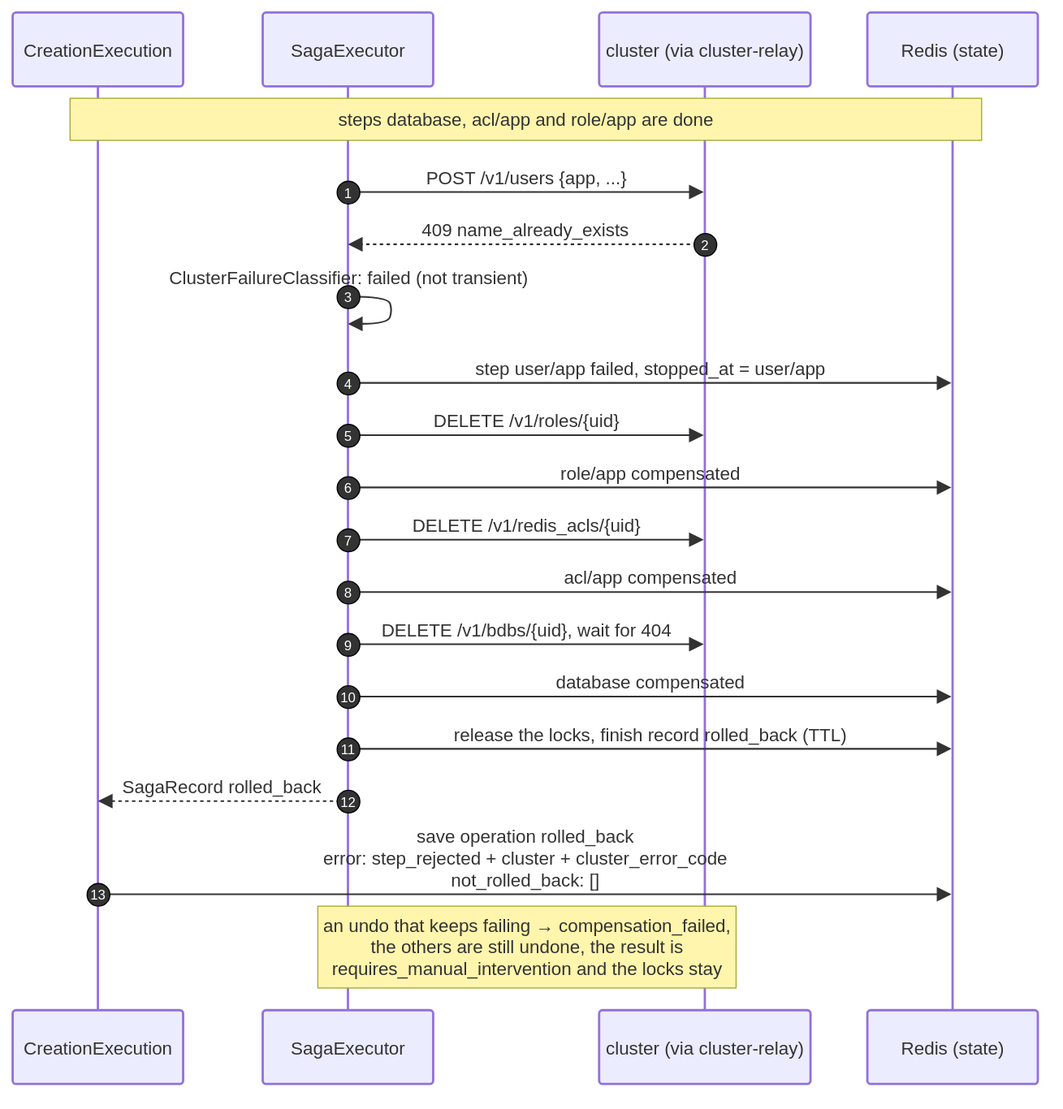
The draw.io diagram docs/diagrams/11-seq-rollback-single-site.drawio.svg in EliShteinman/redis-enterprise-services, before a commit. Source tidied: cells renumbered, new cells last; positions are measured from the earlier drawing's top-left corner, leaving out a move shared by most shapes. Source of this version:
```xml
<mxGraphModel>
  <root>
    <mxCell id="0" />
    <mxCell id="1" parent="0" />
    <mxCell id="2" value="CreationExecution" style="html=1;shape=umlLifeline;perimeter=lifelinePerimeter;whiteSpace=wrap;outlineConnect=0;portConstraint=eastwest;newEdgeStyle={&quot;edgeStyle&quot;:&quot;sequenceEdgeStyle&quot;,&quot;libavoidRouting&quot;:0,&quot;curved&quot;:0,&quot;rounded&quot;:0};lifelineDashed=0;strokeWidth=2;rounded=1;absoluteArcSize=1;arcSize=6;lifelineColor=light-dark(#9370DB,#cccccc);size=65;lifelineMirror=1;fillColor=light-dark(#ECECFF,#1f2020);strokeColor=light-dark(#9370DB,#cccccc);fontColor=light-dark(#333333,#cccccc);fontFamily=Trebuchet MS,Verdana,Arial,sans-serif;fontSize=16;" parent="1" vertex="1">
      <mxGeometry width="150" height="943" as="geometry" />
    </mxCell>
    <mxCell id="3" value="SagaExecutor" style="html=1;shape=umlLifeline;perimeter=lifelinePerimeter;whiteSpace=wrap;outlineConnect=0;portConstraint=eastwest;newEdgeStyle={&quot;edgeStyle&quot;:&quot;sequenceEdgeStyle&quot;,&quot;libavoidRouting&quot;:0,&quot;curved&quot;:0,&quot;rounded&quot;:0};lifelineDashed=0;strokeWidth=2;rounded=1;absoluteArcSize=1;arcSize=6;lifelineColor=light-dark(#9370DB,#cccccc);size=65;lifelineMirror=1;fillColor=light-dark(#ECECFF,#1f2020);strokeColor=light-dark(#9370DB,#cccccc);fontColor=light-dark(#333333,#cccccc);fontFamily=Trebuchet MS,Verdana,Arial,sans-serif;fontSize=16;" parent="1" vertex="1">
      <mxGeometry x="220" width="150" height="943" as="geometry" />
    </mxCell>
    <mxCell id="4" value="cluster (via cluster-relay)" style="html=1;shape=umlLifeline;perimeter=lifelinePerimeter;whiteSpace=wrap;outlineConnect=0;portConstraint=eastwest;newEdgeStyle={&quot;edgeStyle&quot;:&quot;sequenceEdgeStyle&quot;,&quot;libavoidRouting&quot;:0,&quot;curved&quot;:0,&quot;rounded&quot;:0};lifelineDashed=0;strokeWidth=2;rounded=1;absoluteArcSize=1;arcSize=6;lifelineColor=light-dark(#9370DB,#cccccc);size=65;lifelineMirror=1;fillColor=light-dark(#ECECFF,#1f2020);strokeColor=light-dark(#9370DB,#cccccc);fontColor=light-dark(#333333,#cccccc);fontFamily=Trebuchet MS,Verdana,Arial,sans-serif;fontSize=16;" parent="1" vertex="1">
      <mxGeometry x="516" width="186" height="943" as="geometry" />
    </mxCell>
    <mxCell id="5" value="Redis (state)" style="html=1;shape=umlLifeline;perimeter=lifelinePerimeter;whiteSpace=wrap;outlineConnect=0;portConstraint=eastwest;newEdgeStyle={&quot;edgeStyle&quot;:&quot;sequenceEdgeStyle&quot;,&quot;libavoidRouting&quot;:0,&quot;curved&quot;:0,&quot;rounded&quot;:0};lifelineDashed=0;strokeWidth=2;rounded=1;absoluteArcSize=1;arcSize=6;lifelineColor=light-dark(#9370DB,#cccccc);size=65;lifelineMirror=1;fillColor=light-dark(#ECECFF,#1f2020);strokeColor=light-dark(#9370DB,#cccccc);fontColor=light-dark(#333333,#cccccc);fontFamily=Trebuchet MS,Verdana,Arial,sans-serif;fontSize=16;" parent="1" vertex="1">
      <mxGeometry x="752" width="150" height="943" as="geometry" />
    </mxCell>
    <mxCell id="6" value="POST /v1/users {app, ...}" style="endArrow=block;endSize=9;verticalAlign=bottom;spacingBottom=2;edgeStyle=sequenceEdgeStyle;libavoidRouting=0;curved=0;rounded=0;fontSize=16;labelBackgroundColor=none;strokeWidth=1.5;strokeColor=light-dark(#333333,#cccccc);fontColor=light-dark(#333333,#cccccc);fontFamily=Trebuchet MS,Verdana,Arial,sans-serif;" parent="1" edge="1" source="3" target="4">
      <mxGeometry relative="1" as="geometry">
        <Array as="points">
          <mxPoint x="452" y="158" />
        </Array>
      </mxGeometry>
    </mxCell>
    <mxCell id="7" value="1" style="ellipse;fillColor=light-dark(#333333,#cccccc);align=center;verticalAlign=middle;fontColor=light-dark(#FFFFFF,#333333);fontSize=12;" parent="1" vertex="1">
      <mxGeometry x="285" y="148" width="20" height="20" as="geometry" />
    </mxCell>
    <mxCell id="8" value="409 name_already_exists" style="dashed=1;fixDash=1;dashPattern=3 3;endArrow=block;endSize=9;verticalAlign=bottom;spacingBottom=2;edgeStyle=sequenceEdgeStyle;libavoidRouting=0;curved=0;rounded=0;fontSize=16;labelBackgroundColor=none;strokeWidth=1.5;strokeColor=light-dark(#333333,#cccccc);fontColor=light-dark(#333333,#cccccc);fontFamily=Trebuchet MS,Verdana,Arial,sans-serif;" parent="1" edge="1" source="4" target="3">
      <mxGeometry relative="1" as="geometry">
        <Array as="points">
          <mxPoint x="452" y="204" />
        </Array>
      </mxGeometry>
    </mxCell>
    <mxCell id="9" value="2" style="ellipse;fillColor=light-dark(#333333,#cccccc);align=center;verticalAlign=middle;fontColor=light-dark(#FFFFFF,#333333);fontSize=12;" parent="1" vertex="1">
      <mxGeometry x="599" y="194" width="20" height="20" as="geometry" />
    </mxCell>
    <mxCell id="10" style="edgeStyle=sequenceEdgeStyle;libavoidRouting=0;curved=1;endArrow=block;endSize=9;verticalAlign=bottom;align=center;fontSize=16;labelBackgroundColor=none;strokeWidth=1.5;strokeColor=light-dark(#333333,#cccccc);fontColor=light-dark(#333333,#cccccc);fontFamily=Trebuchet MS,Verdana,Arial,sans-serif;" parent="1" edge="1" source="3" target="3">
      <mxGeometry relative="1" as="geometry">
        <Array as="points">
          <mxPoint x="330" y="250" />
          <mxPoint x="334" y="262" />
          <mxPoint x="330" y="274" />
        </Array>
      </mxGeometry>
    </mxCell>
    <mxCell id="11" value="ClusterFailureClassifier: failed (not transient)" style="text;html=1;strokeColor=none;fillColor=none;align=center;verticalAlign=middle;fontFamily=Trebuchet MS,Verdana,Arial,sans-serif;fontSize=16;fontColor=light-dark(#333333,#cccccc);" parent="1" vertex="1">
      <mxGeometry x="195" y="224" width="200" height="18" as="geometry" />
    </mxCell>
    <mxCell id="12" value="3" style="ellipse;fillColor=light-dark(#333333,#cccccc);align=center;verticalAlign=middle;fontColor=light-dark(#FFFFFF,#333333);fontSize=12;" parent="1" vertex="1">
      <mxGeometry x="285" y="240" width="20" height="20" as="geometry" />
    </mxCell>
    <mxCell id="13" value="step user/app failed, stopped_at = user/app" style="endArrow=block;endSize=9;verticalAlign=bottom;spacingBottom=2;edgeStyle=sequenceEdgeStyle;libavoidRouting=0;curved=0;rounded=0;fontSize=16;labelBackgroundColor=none;strokeWidth=1.5;strokeColor=light-dark(#333333,#cccccc);fontColor=light-dark(#333333,#cccccc);fontFamily=Trebuchet MS,Verdana,Arial,sans-serif;" parent="1" edge="1" source="3" target="5">
      <mxGeometry relative="1" as="geometry">
        <Array as="points">
          <mxPoint x="561" y="326" />
        </Array>
      </mxGeometry>
    </mxCell>
    <mxCell id="14" value="4" style="ellipse;fillColor=light-dark(#333333,#cccccc);align=center;verticalAlign=middle;fontColor=light-dark(#FFFFFF,#333333);fontSize=12;" parent="1" vertex="1">
      <mxGeometry x="285" y="316" width="20" height="20" as="geometry" />
    </mxCell>
    <mxCell id="15" value="DELETE /v1/roles/{uid}" style="endArrow=block;endSize=9;verticalAlign=bottom;spacingBottom=2;edgeStyle=sequenceEdgeStyle;libavoidRouting=0;curved=0;rounded=0;fontSize=16;labelBackgroundColor=none;strokeWidth=1.5;strokeColor=light-dark(#333333,#cccccc);fontColor=light-dark(#333333,#cccccc);fontFamily=Trebuchet MS,Verdana,Arial,sans-serif;" parent="1" edge="1" source="3" target="4">
      <mxGeometry relative="1" as="geometry">
        <Array as="points">
          <mxPoint x="452" y="372" />
        </Array>
      </mxGeometry>
    </mxCell>
    <mxCell id="16" value="5" style="ellipse;fillColor=light-dark(#333333,#cccccc);align=center;verticalAlign=middle;fontColor=light-dark(#FFFFFF,#333333);fontSize=12;" parent="1" vertex="1">
      <mxGeometry x="285" y="362" width="20" height="20" as="geometry" />
    </mxCell>
    <mxCell id="17" value="role/app compensated" style="endArrow=block;endSize=9;verticalAlign=bottom;spacingBottom=2;edgeStyle=sequenceEdgeStyle;libavoidRouting=0;curved=0;rounded=0;fontSize=16;labelBackgroundColor=none;strokeWidth=1.5;strokeColor=light-dark(#333333,#cccccc);fontColor=light-dark(#333333,#cccccc);fontFamily=Trebuchet MS,Verdana,Arial,sans-serif;" parent="1" edge="1" source="3" target="5">
      <mxGeometry relative="1" as="geometry">
        <Array as="points">
          <mxPoint x="561" y="418" />
        </Array>
      </mxGeometry>
    </mxCell>
    <mxCell id="18" value="6" style="ellipse;fillColor=light-dark(#333333,#cccccc);align=center;verticalAlign=middle;fontColor=light-dark(#FFFFFF,#333333);fontSize=12;" parent="1" vertex="1">
      <mxGeometry x="285" y="408" width="20" height="20" as="geometry" />
    </mxCell>
    <mxCell id="19" value="DELETE /v1/redis_acls/{uid}" style="endArrow=block;endSize=9;verticalAlign=bottom;spacingBottom=2;edgeStyle=sequenceEdgeStyle;libavoidRouting=0;curved=0;rounded=0;fontSize=16;labelBackgroundColor=none;strokeWidth=1.5;strokeColor=light-dark(#333333,#cccccc);fontColor=light-dark(#333333,#cccccc);fontFamily=Trebuchet MS,Verdana,Arial,sans-serif;" parent="1" edge="1" source="3" target="4">
      <mxGeometry relative="1" as="geometry">
        <Array as="points">
          <mxPoint x="452" y="464" />
        </Array>
      </mxGeometry>
    </mxCell>
    <mxCell id="20" value="7" style="ellipse;fillColor=light-dark(#333333,#cccccc);align=center;verticalAlign=middle;fontColor=light-dark(#FFFFFF,#333333);fontSize=12;" parent="1" vertex="1">
      <mxGeometry x="285" y="454" width="20" height="20" as="geometry" />
    </mxCell>
    <mxCell id="21" value="acl/app compensated" style="endArrow=block;endSize=9;verticalAlign=bottom;spacingBottom=2;edgeStyle=sequenceEdgeStyle;libavoidRouting=0;curved=0;rounded=0;fontSize=16;labelBackgroundColor=none;strokeWidth=1.5;strokeColor=light-dark(#333333,#cccccc);fontColor=light-dark(#333333,#cccccc);fontFamily=Trebuchet MS,Verdana,Arial,sans-serif;" parent="1" edge="1" source="3" target="5">
      <mxGeometry relative="1" as="geometry">
        <Array as="points">
          <mxPoint x="561" y="510" />
        </Array>
      </mxGeometry>
    </mxCell>
    <mxCell id="22" value="8" style="ellipse;fillColor=light-dark(#333333,#cccccc);align=center;verticalAlign=middle;fontColor=light-dark(#FFFFFF,#333333);fontSize=12;" parent="1" vertex="1">
      <mxGeometry x="285" y="500" width="20" height="20" as="geometry" />
    </mxCell>
    <mxCell id="23" value="DELETE /v1/bdbs/{uid}, wait for 404" style="endArrow=block;endSize=9;verticalAlign=bottom;spacingBottom=2;edgeStyle=sequenceEdgeStyle;libavoidRouting=0;curved=0;rounded=0;fontSize=16;labelBackgroundColor=none;strokeWidth=1.5;strokeColor=light-dark(#333333,#cccccc);fontColor=light-dark(#333333,#cccccc);fontFamily=Trebuchet MS,Verdana,Arial,sans-serif;" parent="1" edge="1" source="3" target="4">
      <mxGeometry relative="1" as="geometry">
        <Array as="points">
          <mxPoint x="452" y="556" />
        </Array>
      </mxGeometry>
    </mxCell>
    <mxCell id="24" value="9" style="ellipse;fillColor=light-dark(#333333,#cccccc);align=center;verticalAlign=middle;fontColor=light-dark(#FFFFFF,#333333);fontSize=12;" parent="1" vertex="1">
      <mxGeometry x="285" y="546" width="20" height="20" as="geometry" />
    </mxCell>
    <mxCell id="25" value="database compensated" style="endArrow=block;endSize=9;verticalAlign=bottom;spacingBottom=2;edgeStyle=sequenceEdgeStyle;libavoidRouting=0;curved=0;rounded=0;fontSize=16;labelBackgroundColor=none;strokeWidth=1.5;strokeColor=light-dark(#333333,#cccccc);fontColor=light-dark(#333333,#cccccc);fontFamily=Trebuchet MS,Verdana,Arial,sans-serif;" parent="1" edge="1" source="3" target="5">
      <mxGeometry relative="1" as="geometry">
        <Array as="points">
          <mxPoint x="561" y="602" />
        </Array>
      </mxGeometry>
    </mxCell>
    <mxCell id="26" value="10" style="ellipse;fillColor=light-dark(#333333,#cccccc);align=center;verticalAlign=middle;fontColor=light-dark(#FFFFFF,#333333);fontSize=12;" parent="1" vertex="1">
      <mxGeometry x="285" y="592" width="20" height="20" as="geometry" />
    </mxCell>
    <mxCell id="27" value="release the locks, finish record rolled_back (TTL)" style="endArrow=block;endSize=9;verticalAlign=bottom;spacingBottom=2;edgeStyle=sequenceEdgeStyle;libavoidRouting=0;curved=0;rounded=0;fontSize=16;labelBackgroundColor=none;strokeWidth=1.5;strokeColor=light-dark(#333333,#cccccc);fontColor=light-dark(#333333,#cccccc);fontFamily=Trebuchet MS,Verdana,Arial,sans-serif;" parent="1" edge="1" source="3" target="5">
      <mxGeometry relative="1" as="geometry">
        <Array as="points">
          <mxPoint x="561" y="648" />
        </Array>
      </mxGeometry>
    </mxCell>
    <mxCell id="28" value="11" style="ellipse;fillColor=light-dark(#333333,#cccccc);align=center;verticalAlign=middle;fontColor=light-dark(#FFFFFF,#333333);fontSize=12;" parent="1" vertex="1">
      <mxGeometry x="285" y="638" width="20" height="20" as="geometry" />
    </mxCell>
    <mxCell id="29" value="SagaRecord rolled_back" style="dashed=1;fixDash=1;dashPattern=3 3;endArrow=block;endSize=9;verticalAlign=bottom;spacingBottom=2;edgeStyle=sequenceEdgeStyle;libavoidRouting=0;curved=0;rounded=0;fontSize=16;labelBackgroundColor=none;strokeWidth=1.5;strokeColor=light-dark(#333333,#cccccc);fontColor=light-dark(#333333,#cccccc);fontFamily=Trebuchet MS,Verdana,Arial,sans-serif;" parent="1" edge="1" source="3" target="2">
      <mxGeometry relative="1" as="geometry">
        <Array as="points">
          <mxPoint x="185" y="694" />
        </Array>
      </mxGeometry>
    </mxCell>
    <mxCell id="30" value="12" style="ellipse;fillColor=light-dark(#333333,#cccccc);align=center;verticalAlign=middle;fontColor=light-dark(#FFFFFF,#333333);fontSize=12;" parent="1" vertex="1">
      <mxGeometry x="285" y="684" width="20" height="20" as="geometry" />
    </mxCell>
    <mxCell id="31" value="save operation rolled_back&#10;error: step_rejected + cluster + cluster_error_code&#10;not_rolled_back: []" style="endArrow=block;endSize=9;verticalAlign=bottom;spacingBottom=2;edgeStyle=sequenceEdgeStyle;libavoidRouting=0;curved=0;rounded=0;fontSize=16;labelBackgroundColor=none;strokeWidth=1.5;strokeColor=light-dark(#333333,#cccccc);fontColor=light-dark(#333333,#cccccc);fontFamily=Trebuchet MS,Verdana,Arial,sans-serif;" parent="1" edge="1" source="2" target="5">
      <mxGeometry relative="1" as="geometry">
        <Array as="points">
          <mxPoint x="451" y="776" />
        </Array>
      </mxGeometry>
    </mxCell>
    <mxCell id="32" value="13" style="ellipse;fillColor=light-dark(#333333,#cccccc);align=center;verticalAlign=middle;fontColor=light-dark(#FFFFFF,#333333);fontSize=12;" parent="1" vertex="1">
      <mxGeometry x="65" y="766" width="20" height="20" as="geometry" />
    </mxCell>
    <mxCell id="33" value="steps database, acl/app and role/app are done" style="html=1;fillColor=light-dark(#fff5ad,#2a2a2a);strokeColor=light-dark(#aaaa33,#cccccc);fontColor=light-dark(#333333,#cccccc);fontFamily=Trebuchet MS,Verdana,Arial,sans-serif;fontSize=16;" parent="1" vertex="1">
      <mxGeometry x="50" y="75" width="802" height="37" as="geometry" />
    </mxCell>
    <mxCell id="34" value="an undo that keeps failing → compensation_failed,&#10;the others are still undone, the result is&#10;requires_manual_intervention and the locks stay" style="html=1;fillColor=light-dark(#fff5ad,#2a2a2a);strokeColor=light-dark(#aaaa33,#cccccc);fontColor=light-dark(#333333,#cccccc);fontFamily=Trebuchet MS,Verdana,Arial,sans-serif;fontSize=16;" parent="1" vertex="1">
      <mxGeometry x="268" y="786" width="368" height="72" as="geometry" />
    </mxCell>
  </root>
</mxGraphModel>
```
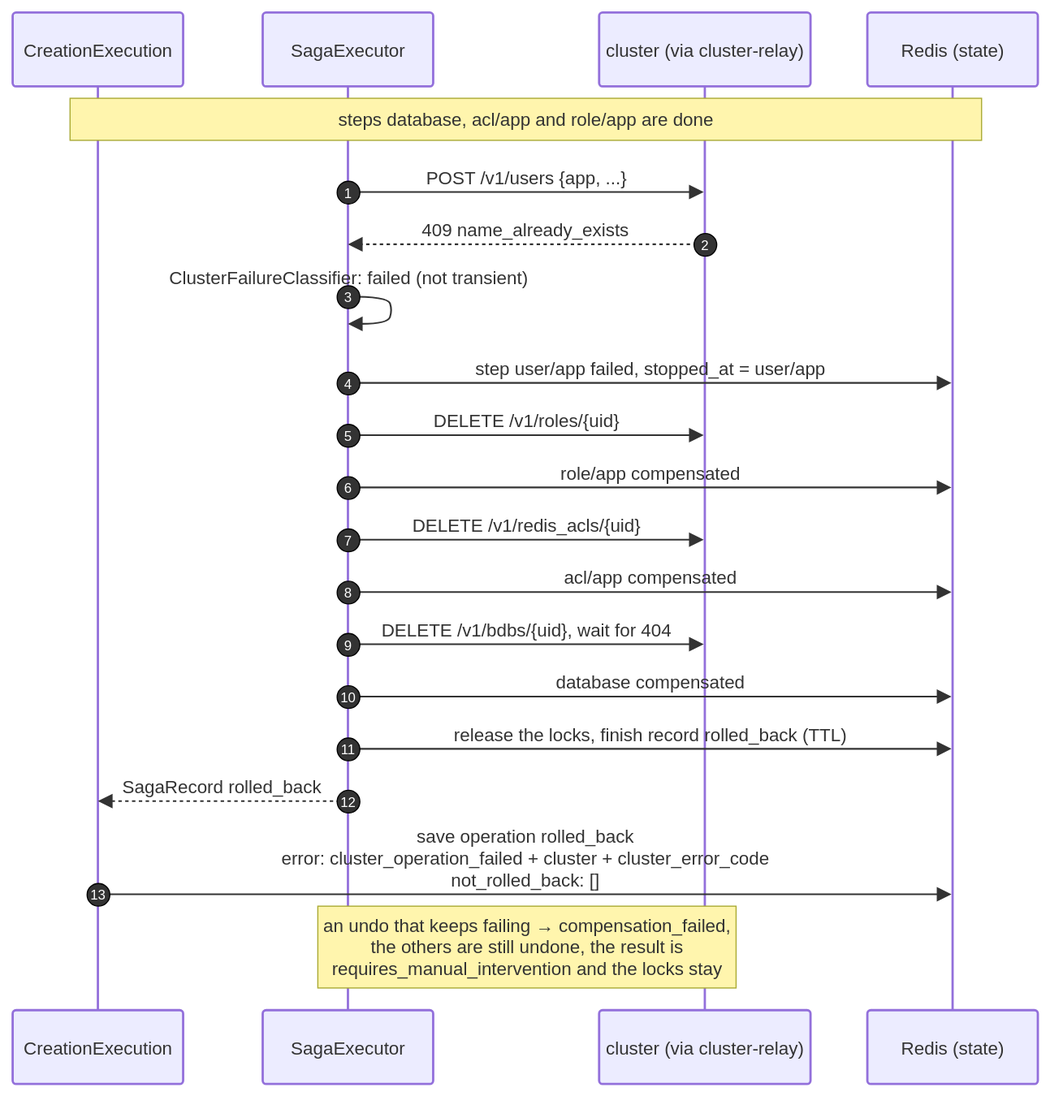
After the commit.

Commit message:
refactor(api-contract): public codes resources_locked (was database_locked) and cluster_operation_failed (was step_rejected)

Change to the diagram source:
```diff
@@ -139,7 +139,7 @@
     <mxCell id="30" value="12" style="ellipse;fillColor=light-dark(#333333,#cccccc);align=center;verticalAlign=middle;fontColor=light-dark(#FFFFFF,#333333);fontSize=12;" parent="1" vertex="1">
       <mxGeometry x="285" y="684" width="20" height="20" as="geometry" />
     </mxCell>
-    <mxCell id="31" value="save operation rolled_back&#10;error: step_rejected + cluster + cluster_error_code&#10;not_rolled_back: []" style="endArrow=block;endSize=9;verticalAlign=bottom;spacingBottom=2;edgeStyle=sequenceEdgeStyle;libavoidRouting=0;curved=0;rounded=0;fontSize=16;labelBackgroundColor=none;strokeWidth=1.5;strokeColor=light-dark(#333333,#cccccc);fontColor=light-dark(#333333,#cccccc);fontFamily=Trebuchet MS,Verdana,Arial,sans-serif;" parent="1" edge="1" source="2" target="5">
+    <mxCell id="31" value="save operation rolled_back&#10;error: cluster_operation_failed + cluster + cluster_error_code&#10;not_rolled_back: []" style="endArrow=block;endSize=9;verticalAlign=bottom;spacingBottom=2;edgeStyle=sequenceEdgeStyle;libavoidRouting=0;curved=0;rounded=0;fontSize=16;labelBackgroundColor=none;strokeWidth=1.5;strokeColor=light-dark(#333333,#cccccc);fontColor=light-dark(#333333,#cccccc);fontFamily=Trebuchet MS,Verdana,Arial,sans-serif;" parent="1" edge="1" source="2" target="5">
       <mxGeometry relative="1" as="geometry">
         <Array as="points">
           <mxPoint x="451" y="776" />
```
